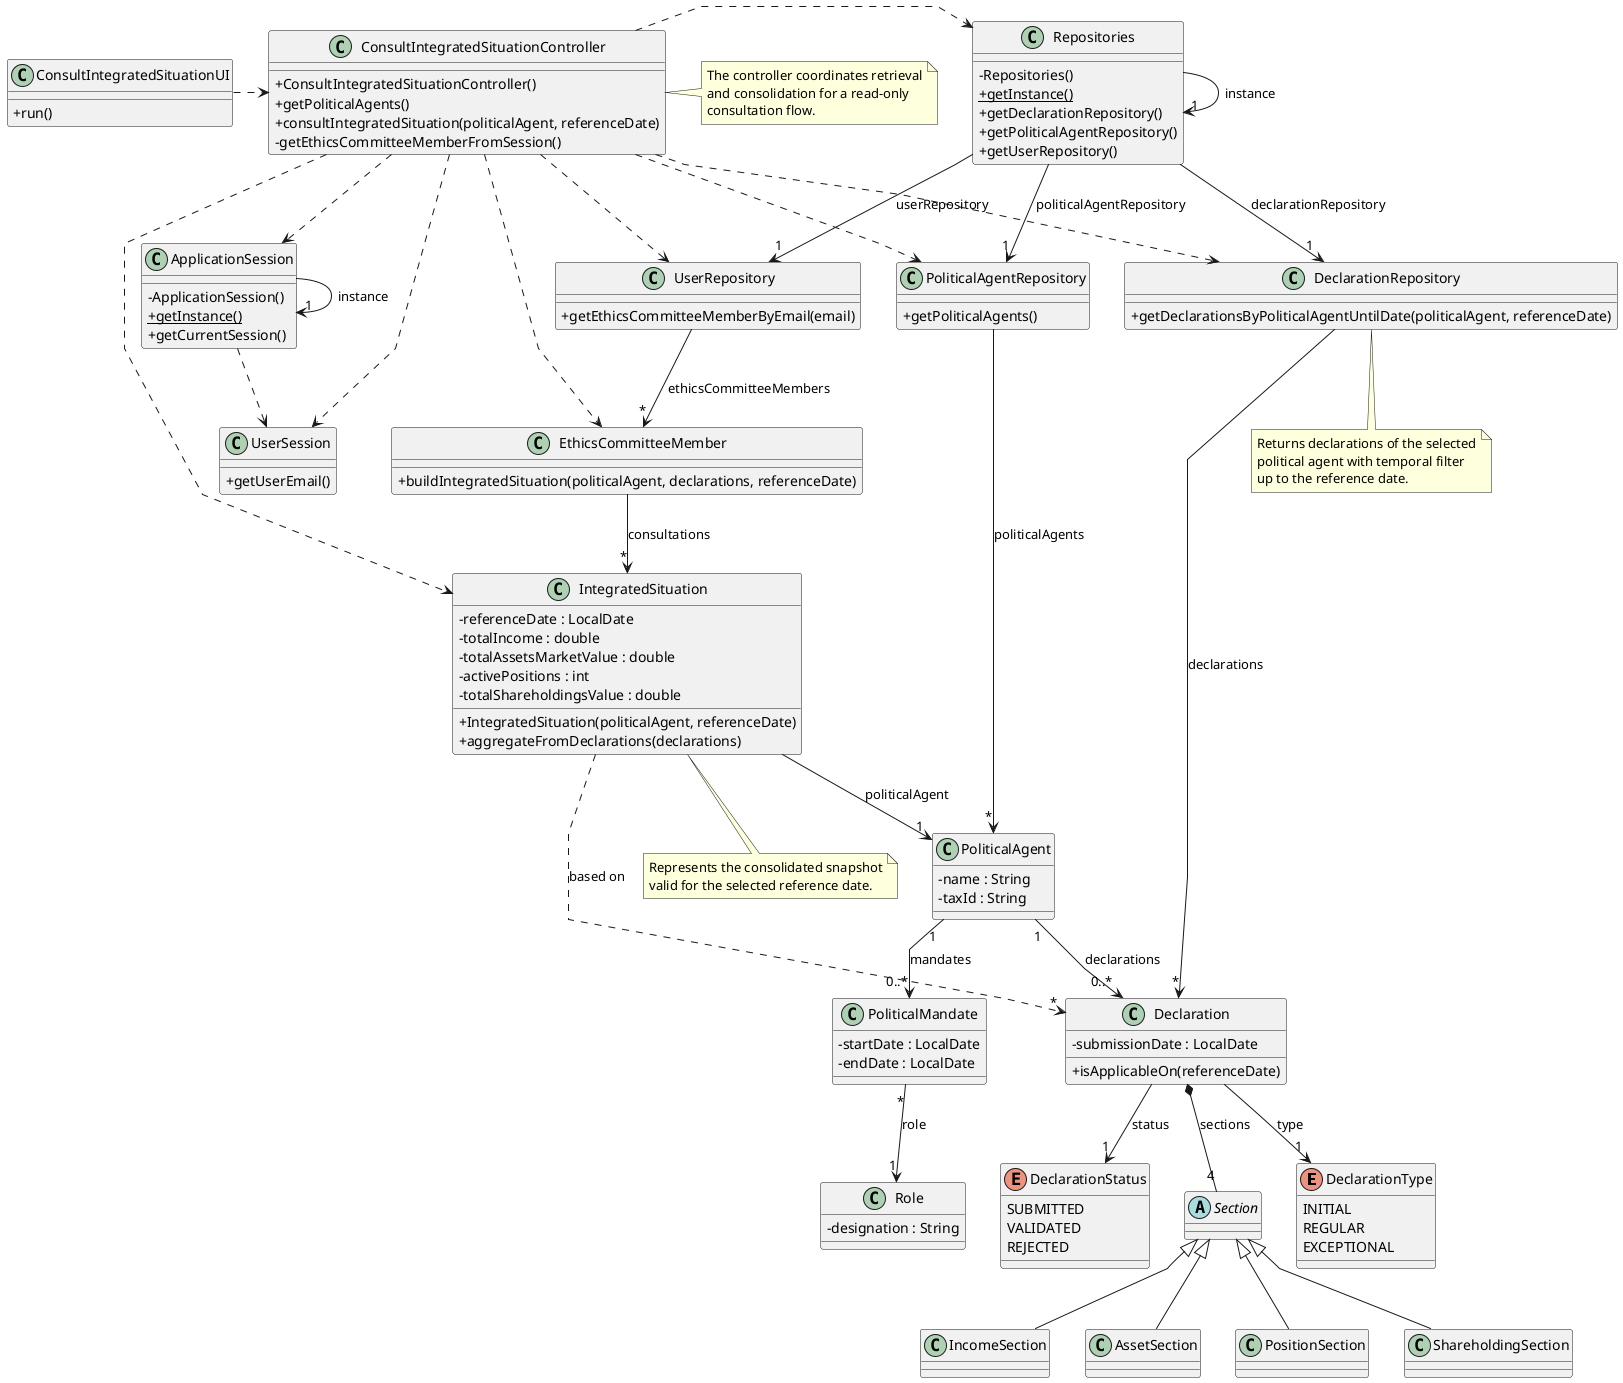
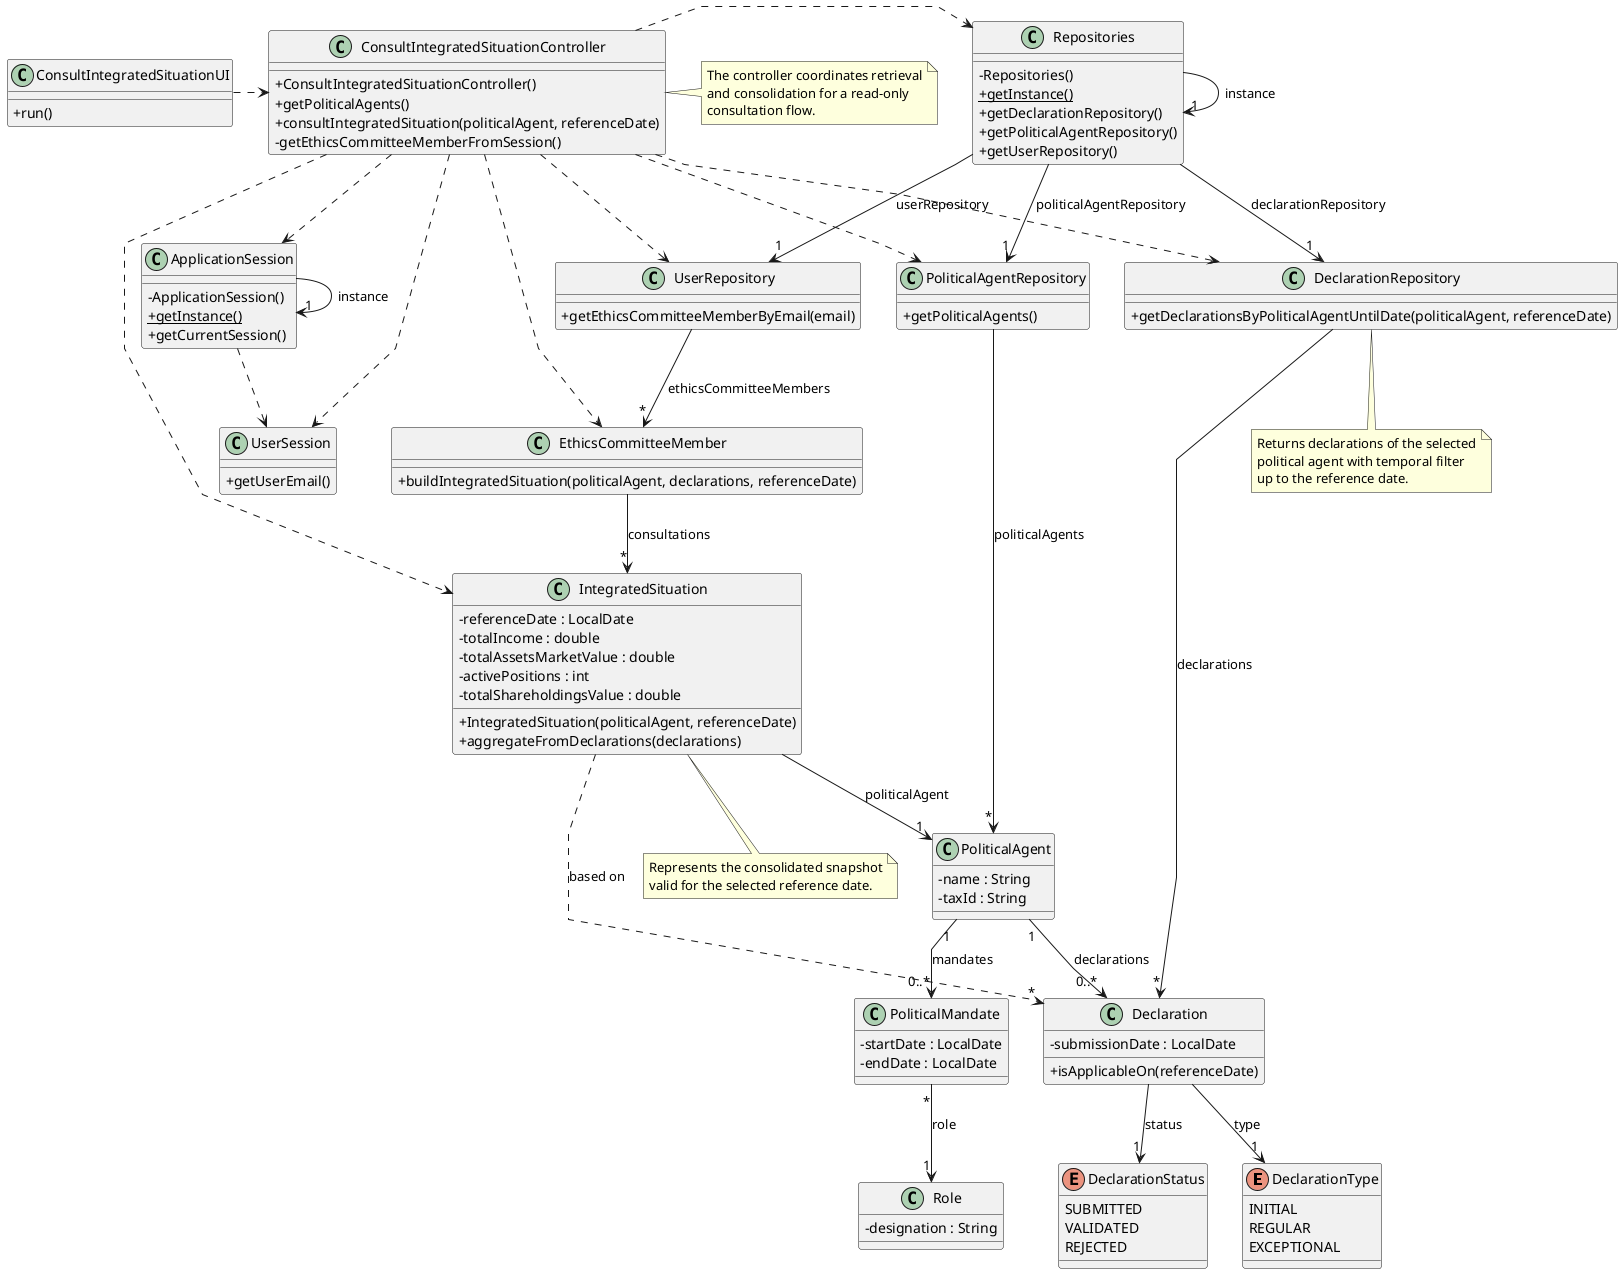
@startuml
'skinparam monochrome true
skinparam packageStyle rectangle
skinparam shadowing false
skinparam linetype polyline

skinparam classAttributeIconSize 0

enum DeclarationType {
    INITIAL
    REGULAR
    EXCEPTIONAL
}

enum DeclarationStatus {
    SUBMITTED
    VALIDATED
    REJECTED
}

class ApplicationSession {
    - ApplicationSession()
    + {static} getInstance()
    + getCurrentSession()
}

class UserSession {
    + getUserEmail()
}

class EthicsCommitteeMember {
    + buildIntegratedSituation(politicalAgent, declarations, referenceDate)
}

class PoliticalAgent {
    - name : String
    - taxId : String
}

class PoliticalMandate {
    - startDate : LocalDate
    - endDate : LocalDate
}

class Role {
    - designation : String
- }
- 
- abstract class Section {
- }
- 
- class IncomeSection {
- }
- 
- class AssetSection {
- }
- 
- class PositionSection {
- }
- 
- class ShareholdingSection {
}

class Declaration {
    - submissionDate : LocalDate

    + isApplicableOn(referenceDate)
}

class IntegratedSituation {
    - referenceDate : LocalDate
    - totalIncome : double
    - totalAssetsMarketValue : double
    - activePositions : int
    - totalShareholdingsValue : double

    + IntegratedSituation(politicalAgent, referenceDate)
    + aggregateFromDeclarations(declarations)
}

class DeclarationRepository {
    + getDeclarationsByPoliticalAgentUntilDate(politicalAgent, referenceDate)
}

class PoliticalAgentRepository {
    + getPoliticalAgents()
}

class UserRepository {
    + getEthicsCommitteeMemberByEmail(email)
}

class Repositories {
    - Repositories()
    + {static} getInstance()
    + getDeclarationRepository()
    + getPoliticalAgentRepository()
    + getUserRepository()
}

class ConsultIntegratedSituationController {
    + ConsultIntegratedSituationController()
    + getPoliticalAgents()
    + consultIntegratedSituation(politicalAgent, referenceDate)
    - getEthicsCommitteeMemberFromSession()
}

note right of ConsultIntegratedSituationController
    The controller coordinates retrieval
    and consolidation for a read-only
    consultation flow.
end note

note bottom of DeclarationRepository
    Returns declarations of the selected
    political agent with temporal filter
    up to the reference date.
end note

note bottom of IntegratedSituation
    Represents the consolidated snapshot
    valid for the selected reference date.
end note

class ConsultIntegratedSituationUI {
    + run()
}

- Section <|-- IncomeSection
- Section <|-- AssetSection
- Section <|-- PositionSection
- Section <|-- ShareholdingSection
- 
ConsultIntegratedSituationUI .> ConsultIntegratedSituationController

ConsultIntegratedSituationController .> Repositories
ConsultIntegratedSituationController ..> PoliticalAgentRepository
ConsultIntegratedSituationController ..> DeclarationRepository
ConsultIntegratedSituationController ..> UserRepository
ConsultIntegratedSituationController ..> ApplicationSession
ConsultIntegratedSituationController ..> UserSession
ConsultIntegratedSituationController ..> EthicsCommitteeMember
ConsultIntegratedSituationController ..> IntegratedSituation

Repositories -> "1" Repositories : instance
Repositories --> "1" DeclarationRepository : declarationRepository
Repositories --> "1" PoliticalAgentRepository : politicalAgentRepository
Repositories --> "1" UserRepository : userRepository

ApplicationSession -> "1" ApplicationSession : instance
ApplicationSession ..> UserSession

PoliticalAgentRepository --> "*" PoliticalAgent : politicalAgents
UserRepository --> "*" EthicsCommitteeMember : ethicsCommitteeMembers
DeclarationRepository --> "*" Declaration : declarations

PoliticalAgent "1" --> "0..*" PoliticalMandate : mandates
PoliticalMandate "*" --> "1" Role : role

PoliticalAgent "1" --> "0..*" Declaration : declarations
Declaration --> "1" DeclarationType : type
Declaration --> "1" DeclarationStatus : status
- Declaration *-- "4" Section : sections

EthicsCommitteeMember --> "*" IntegratedSituation : consultations
IntegratedSituation --> "1" PoliticalAgent : politicalAgent
IntegratedSituation ..> "*" Declaration : based on

@enduml